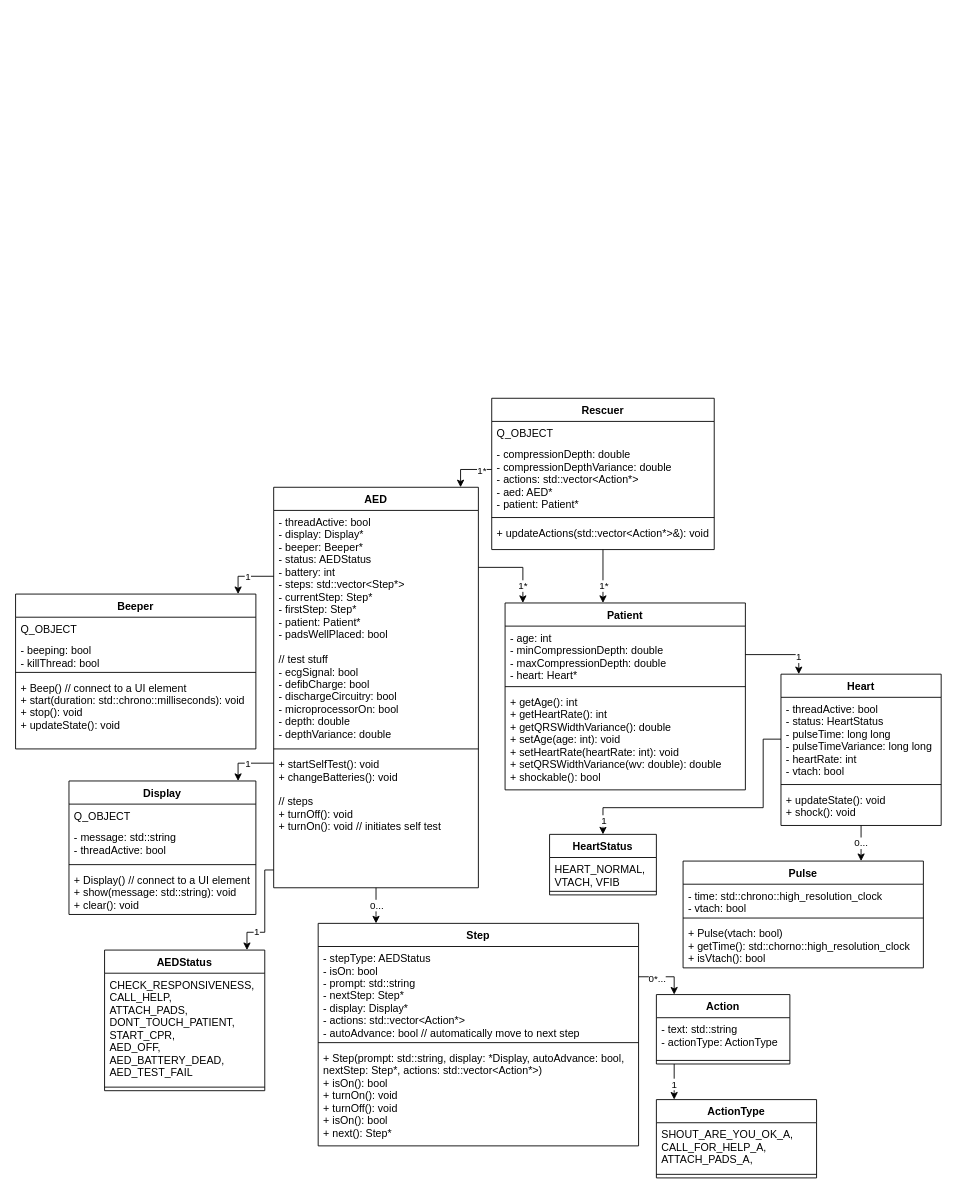
Above: docs/class-diagram/a4-class-diagram.drawio in HamzaAlsarakbi/AEDSimulator (draw.io), before the change. Source tidied: cells renumbered, new cells numbered last; positions are measured from the earlier drawing's top-left corner, leaving out a move shared by most shapes. Both pictures are drawn from the tidied source at 89%, with x=0, y=0 at pixel (15, 398).
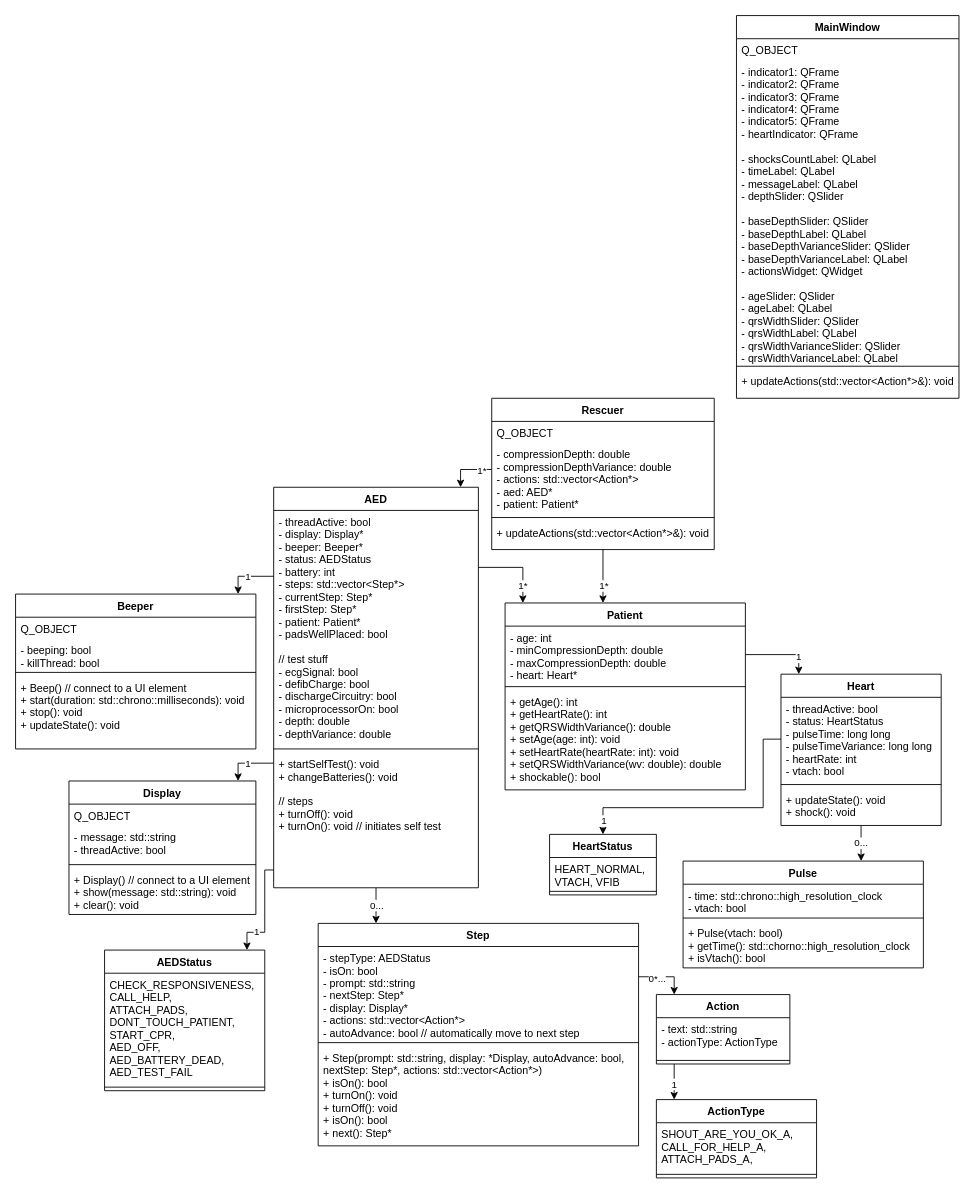
The same page after the edit.

What changed in the source:
```diff
@@
+    <mxCell id="72" value="MainWindow" style="swimlane;fontStyle=1;align=center;verticalAlign=top;horizontal=1;startSize=26;" parent="1" vertex="1">
+      <mxGeometry x="810" y="-430" width="250" height="430" as="geometry" />
+    </mxCell>
+    <mxCell id="73" value="Q_OBJECT" style="text;strokeColor=none;fillColor=none;align=left;verticalAlign=top;spacingLeft=4;spacingRight=4;overflow=hidden;" parent="72" vertex="1">
+      <mxGeometry y="26" width="250" height="24" as="geometry" />
+    </mxCell>
+    <mxCell id="74" value="- indicator1: QFrame&#10;- indicator2: QFrame&#10;- indicator3: QFrame&#10;- indicator4: QFrame&#10;- indicator5: QFrame&#10;- heartIndicator: QFrame&#10;&#10;- shocksCountLabel: QLabel&#10;- timeLabel: QLabel&#10;- messageLabel: QLabel&#10;- depthSlider: QSlider&#10;&#10;- baseDepthSlider: QSlider&#10;- baseDepthLabel: QLabel&#10;- baseDepthVarianceSlider: QSlider&#10;- baseDepthVarianceLabel: QLabel&#10;- actionsWidget: QWidget&#10;&#10;- ageSlider: QSlider&#10;- ageLabel: QLabel&#10;- qrsWidthSlider: QSlider&#10;- qrsWidthLabel: QLabel&#10;- qrsWidthVarianceSlider: QSlider&#10;- qrsWidthVarianceLabel: QLabel" style="text;strokeColor=none;fillColor=none;align=left;verticalAlign=top;spacingLeft=4;spacingRight=4;overflow=hidden;" parent="72" vertex="1">
+      <mxGeometry y="50" width="250" height="340" as="geometry" />
+    </mxCell>
+    <mxCell id="75" style="line;strokeWidth=1;fillColor=none;align=left;verticalAlign=middle;spacingTop=-1;spacingLeft=3;spacingRight=3;labelPosition=right;strokeColor=inherit;" parent="72" vertex="1">
+      <mxGeometry y="390" width="250" height="8" as="geometry" />
+    </mxCell>
+    <mxCell id="76" value="+ updateActions(std::vector&lt;Action*&gt;&amp;): void" style="text;strokeColor=none;fillColor=none;align=left;verticalAlign=top;spacingLeft=4;spacingRight=4;overflow=hidden;" parent="72" vertex="1">
+      <mxGeometry y="398" width="250" height="32" as="geometry" />
+    </mxCell>
```
